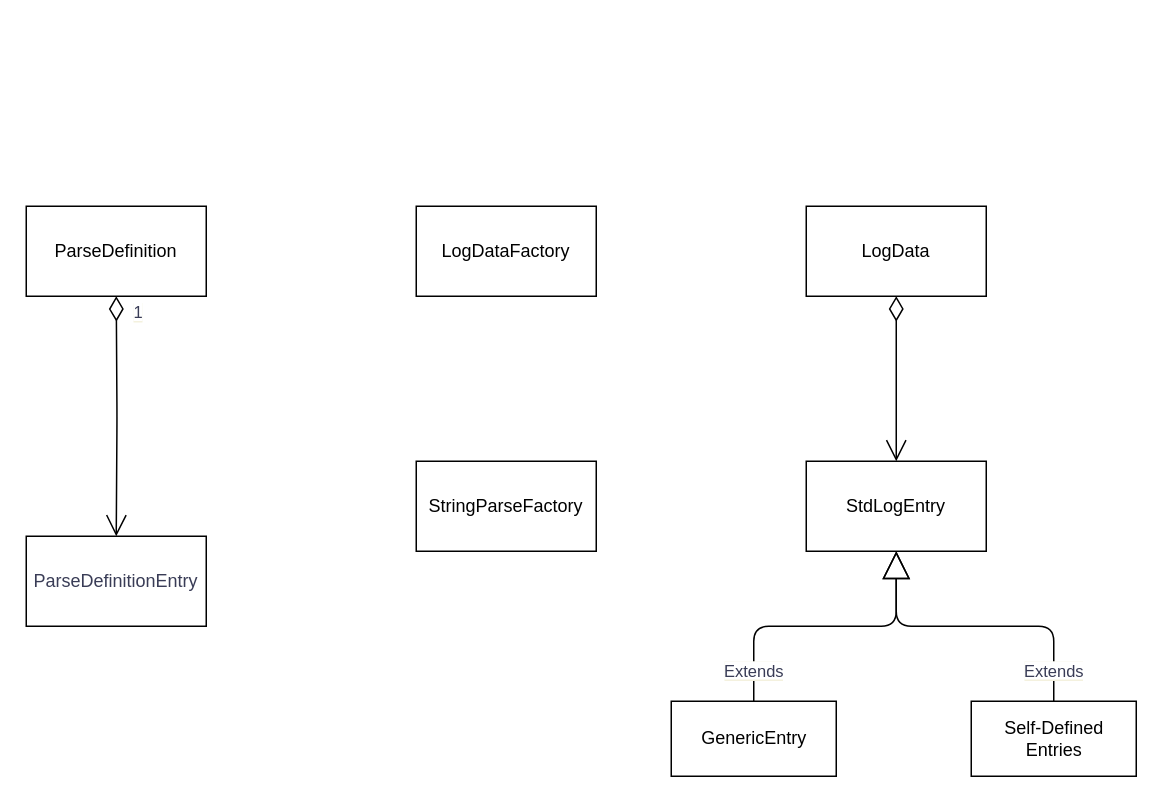
adobe/log-parser keeps this draw.io diagram as page "Classes" (1 of 2) of diagrams/Log_Parser.drawio. Above is the earlier version. Source tidied: cells renumbered, new cells numbered last; positions are measured from the earlier drawing's top-left corner, leaving out a move shared by most shapes. Both pictures are drawn from the tidied source at 150%, with x=0, y=0 at pixel (26, 206).
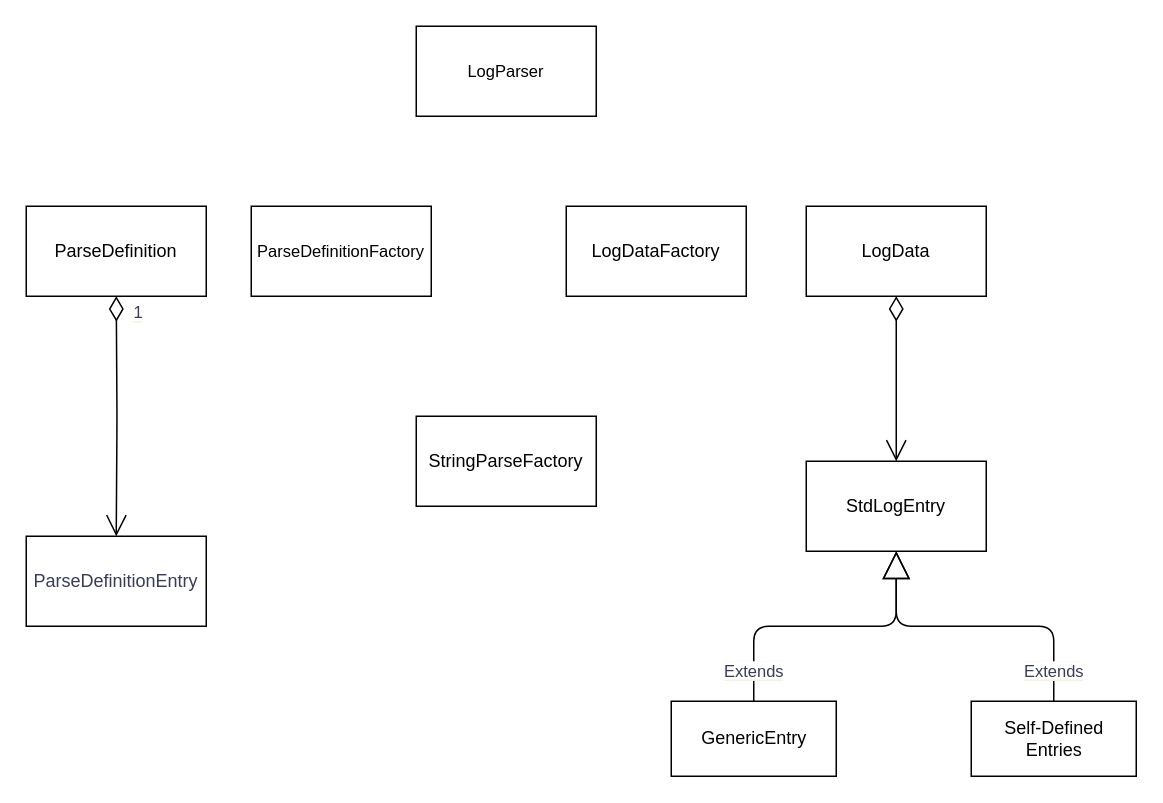
The same diagram, later.

Commit message (it also covers changes not shown here):
Updated the docs and logs. LAso moved the LogParser Class to the src/main/java

Change to the diagram source:
```diff
@@
 <mxGraphModel background="#FFFFFF">
   <root>
     <mxCell id="0" />
     <mxCell id="1" parent="0" />
     <mxCell id="2" value="ParseDefinition" style="rounded=0;whiteSpace=wrap;html=1;" parent="1" vertex="1">
       <mxGeometry width="120" height="60" as="geometry" />
     </mxCell>
     <mxCell id="3" value="ParseDefinitionEntry" style="rounded=0;whiteSpace=wrap;html=1;fontColor=#393C56;fillColor=#FFFFFF;" parent="1" vertex="1">
       <mxGeometry y="220" width="120" height="60" as="geometry" />
     </mxCell>
     <mxCell id="4" value="1" style="endArrow=open;html=1;endSize=12;startArrow=diamondThin;startSize=14;startFill=0;edgeStyle=orthogonalEdgeStyle;align=left;verticalAlign=bottom;exitX=0.5;exitY=1;exitDx=0;exitDy=0;labelBackgroundColor=#F4F1DE;fontColor=#393C56;" parent="1" edge="1" source="7" target="8">
       <mxGeometry x="-1" y="3" relative="1" as="geometry" />
     </mxCell>
     <mxCell id="5" value="&lt;span style=&quot;background-color: rgb(255 , 255 , 255)&quot;&gt;1&lt;/span&gt;" style="endArrow=open;html=1;endSize=12;startArrow=diamondThin;startSize=14;startFill=0;edgeStyle=orthogonalEdgeStyle;align=left;verticalAlign=bottom;entryX=0.5;entryY=0;entryDx=0;entryDy=0;labelBackgroundColor=#F4F1DE;fontColor=#393C56;" parent="1" edge="1" target="3">
       <mxGeometry x="-0.75" y="10" relative="1" as="geometry">
         <mxPoint x="60" y="60" as="sourcePoint" />
       </mxGeometry>
     </mxCell>
     <mxCell id="6" value="StringParseFactory" style="rounded=0;whiteSpace=wrap;html=1;" parent="1" vertex="1">
-      <mxGeometry x="260" y="170" width="120" height="60" as="geometry" />
+      <mxGeometry x="260" y="140" width="120" height="60" as="geometry" />
     </mxCell>
     <mxCell id="7" value="LogData" style="rounded=0;whiteSpace=wrap;html=1;" parent="1" vertex="1">
       <mxGeometry x="520" width="120" height="60" as="geometry" />
     </mxCell>
     <mxCell id="8" value="StdLogEntry" style="rounded=0;whiteSpace=wrap;html=1;" parent="1" vertex="1">
       <mxGeometry x="520" y="170" width="120" height="60" as="geometry" />
     </mxCell>
     <mxCell id="9" value="&lt;span style=&quot;background-color: rgb(255 , 255 , 255)&quot;&gt;Extends&lt;/span&gt;" style="endArrow=block;endSize=16;endFill=0;html=1;entryX=0.5;entryY=1;entryDx=0;entryDy=0;exitX=0.5;exitY=0;exitDx=0;exitDy=0;edgeStyle=orthogonalEdgeStyle;labelBackgroundColor=#F4F1DE;fontColor=#393C56;" parent="1" edge="1" source="11" target="8">
       <mxGeometry x="-0.8" relative="1" as="geometry" />
     </mxCell>
     <mxCell id="10" value="GenericEntry" style="html=1;" parent="1" vertex="1">
       <mxGeometry x="430" y="330" width="110" height="50" as="geometry" />
     </mxCell>
     <mxCell id="11" value="Self-Defined &lt;br&gt;Entries" style="html=1;" parent="1" vertex="1">
       <mxGeometry x="630" y="330" width="110" height="50" as="geometry" />
     </mxCell>
     <mxCell id="12" value="&lt;span style=&quot;background-color: rgb(255 , 255 , 255)&quot;&gt;Extends&lt;/span&gt;" style="endArrow=block;endSize=16;endFill=0;html=1;exitX=0.5;exitY=0;exitDx=0;exitDy=0;edgeStyle=orthogonalEdgeStyle;labelBackgroundColor=#F4F1DE;fontColor=#393C56;" parent="1" edge="1" source="10">
       <mxGeometry x="-0.79" relative="1" as="geometry">
         <mxPoint x="580" y="230" as="targetPoint" />
         <Array as="points">
           <mxPoint x="485" y="280" />
           <mxPoint x="580" y="280" />
         </Array>
       </mxGeometry>
     </mxCell>
     <mxCell id="13" value="LogDataFactory" style="rounded=0;whiteSpace=wrap;html=1;" parent="1" vertex="1">
-      <mxGeometry x="260" width="120" height="60" as="geometry" />
+      <mxGeometry x="360" width="120" height="60" as="geometry" />
     </mxCell>
+    <mxCell id="14" value="ParseDefinitionFactory" style="rounded=0;whiteSpace=wrap;html=1;labelBackgroundColor=#FFFFFF;strokeColor=#000000;fillColor=#FFFFFF;fontSize=11;align=center;" parent="1" vertex="1">
+      <mxGeometry x="150" width="120" height="60" as="geometry" />
+    </mxCell>
+    <mxCell id="15" value="LogParser" style="rounded=0;whiteSpace=wrap;html=1;labelBackgroundColor=#FFFFFF;strokeColor=#000000;fillColor=#FFFFFF;fontSize=11;align=center;" parent="1" vertex="1">
+      <mxGeometry x="260" y="-120" width="120" height="60" as="geometry" />
+    </mxCell>
   </root>
 </mxGraphModel>
```
